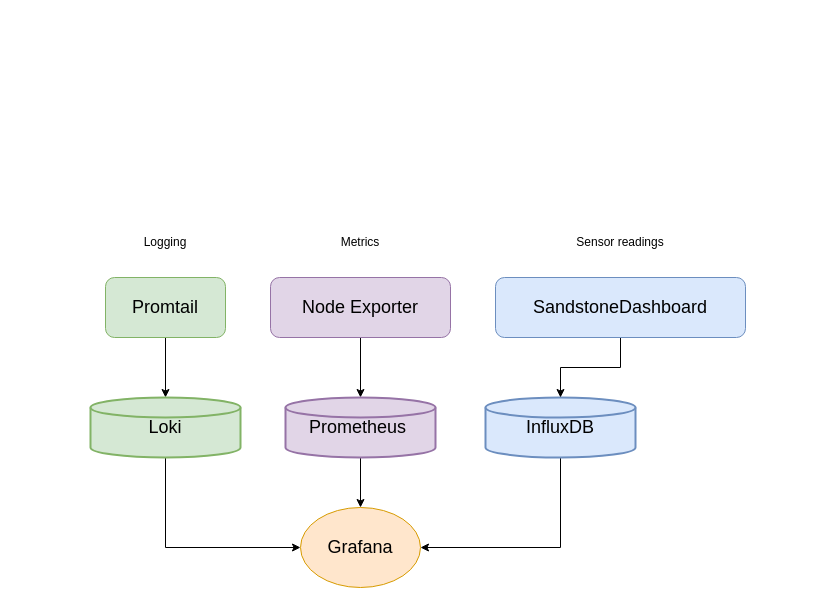
Earlier version of the draw.io diagram images_diagrams/monitoring_stack.drawio (vulture2600/SandstoneDashboard). Source tidied: cells renumbered, new cells numbered last; positions are measured from the earlier drawing's top-left corner, leaving out a move shared by most shapes. Both pictures are drawn from the tidied source at 100%, with x=0, y=0 at pixel (90, 227).
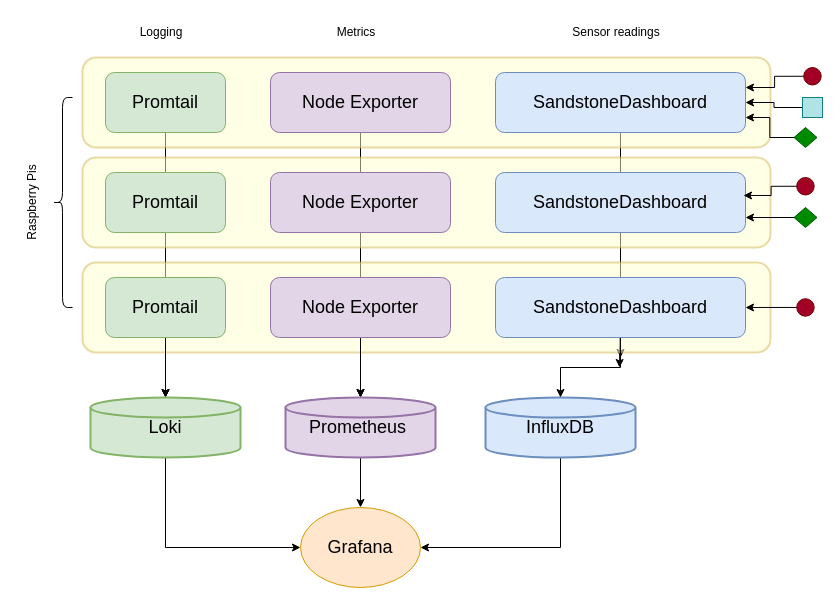
The same diagram, later.

Commit message (it also covers changes not shown here):
Update main README and monitoring stack diagram

Unchanged cells that the change refers to:
```xml
<mxCell id="12" value="&lt;font style=&quot;font-size: 18px;&quot;&gt;InfluxDB&lt;/font&gt;" style="strokeWidth=2;html=1;shape=mxgraph.flowchart.database;whiteSpace=wrap;fillColor=#dae8fc;strokeColor=#6c8ebf;" parent="1" vertex="1">
  <mxGeometry x="395" y="170" width="150" height="60" as="geometry" />
</mxCell>
<mxCell id="14" value="&lt;font style=&quot;font-size: 18px;&quot;&gt;SandstoneDashboard&lt;/font&gt;" style="rounded=1;whiteSpace=wrap;html=1;fillColor=#dae8fc;strokeColor=#6c8ebf;" parent="1" vertex="1">
  <mxGeometry x="405" y="50" width="250" height="60" as="geometry" />
</mxCell>
```

Change to the diagram source:
```diff
@@
+    <mxCell id="18" style="edgeStyle=orthogonalEdgeStyle;rounded=0;jettySize=auto;html=1;exitX=0.5;exitY=1;exitDx=0;exitDy=0;" parent="1" edge="1" source="33">
+      <mxGeometry relative="1" as="geometry">
+        <mxPoint x="530" y="130" as="targetPoint" />
+      </mxGeometry>
+    </mxCell>
+    <mxCell id="19" style="edgeStyle=orthogonalEdgeStyle;rounded=0;jettySize=auto;html=1;exitX=0.5;exitY=1;exitDx=0;exitDy=0;" parent="1" edge="1" source="28">
+      <mxGeometry relative="1" as="geometry">
+        <mxPoint x="529" y="140" as="targetPoint" />
+      </mxGeometry>
+    </mxCell>
+    <mxCell id="20" style="edgeStyle=orthogonalEdgeStyle;rounded=0;jettySize=auto;html=1;exitX=0.5;exitY=1;exitDx=0;exitDy=0;" parent="1" edge="1" source="32">
+      <mxGeometry relative="1" as="geometry">
+        <mxPoint x="270" y="170" as="targetPoint" />
+      </mxGeometry>
+    </mxCell>
+    <mxCell id="21" style="edgeStyle=orthogonalEdgeStyle;rounded=0;jettySize=auto;html=1;exitX=0.5;exitY=1;exitDx=0;exitDy=0;" parent="1" edge="1" source="27">
+      <mxGeometry relative="1" as="geometry">
+        <mxPoint x="270" y="170" as="targetPoint" />
+      </mxGeometry>
+    </mxCell>
+    <mxCell id="22" style="edgeStyle=orthogonalEdgeStyle;rounded=0;jettySize=auto;html=1;exitX=0.5;exitY=1;exitDx=0;exitDy=0;" parent="1" edge="1" source="26">
+      <mxGeometry relative="1" as="geometry">
+        <mxPoint x="75" y="170" as="targetPoint" />
+      </mxGeometry>
+    </mxCell>
+    <mxCell id="23" style="edgeStyle=orthogonalEdgeStyle;rounded=0;jettySize=auto;html=1;exitX=0.5;exitY=1;exitDx=0;exitDy=0;" parent="1" edge="1" source="31">
+      <mxGeometry relative="1" as="geometry">
+        <mxPoint x="75" y="170" as="targetPoint" />
+      </mxGeometry>
+    </mxCell>
+    <mxCell id="24" style="rounded=1;whiteSpace=wrap;html=1;strokeWidth=2;fillColor=#FDFFCC;strokeColor=#d6b656;opacity=50;" parent="1" vertex="1">
+      <mxGeometry x="-8" y="35" width="688" height="90" as="geometry" />
+    </mxCell>
@@
     <mxCell id="13" style="edgeStyle=orthogonalEdgeStyle;rounded=0;jettySize=auto;html=1;" parent="1" edge="1" source="14" target="12">
-      <mxGeometry relative="1" as="geometry" />
+      <mxGeometry relative="1" as="geometry">
+        <Array as="points">
+          <mxPoint x="530" y="140" />
+          <mxPoint x="470" y="140" />
+        </Array>
+      </mxGeometry>
     </mxCell>
@@
     <mxCell id="15" value="&lt;font style=&quot;font-size: 12px;&quot;&gt;Logging&lt;/font&gt;" style="text;html=1;align=center;verticalAlign=middle;whiteSpace=wrap;rounded=0;" parent="1" vertex="1">
-      <mxGeometry x="45" width="60" height="30" as="geometry" />
+      <mxGeometry x="41" y="-210" width="60" height="30" as="geometry" />
     </mxCell>
     <mxCell id="16" value="&lt;font style=&quot;font-size: 12px;&quot;&gt;Metrics&lt;/font&gt;" style="text;html=1;align=center;verticalAlign=middle;whiteSpace=wrap;rounded=0;" parent="1" vertex="1">
-      <mxGeometry x="240" width="60" height="30" as="geometry" />
+      <mxGeometry x="236" y="-210" width="60" height="30" as="geometry" />
     </mxCell>
     <mxCell id="17" value="&lt;font style=&quot;font-size: 12px;&quot;&gt;Sensor readings&lt;/font&gt;" style="text;html=1;align=center;verticalAlign=middle;whiteSpace=wrap;rounded=0;" parent="1" vertex="1">
-      <mxGeometry x="425" width="210" height="30" as="geometry" />
+      <mxGeometry x="421" y="-210" width="210" height="30" as="geometry" />
     </mxCell>
+    <mxCell id="25" style="rounded=1;whiteSpace=wrap;html=1;strokeWidth=2;fillColor=#FDFFCC;strokeColor=#d6b656;opacity=50;" parent="1" vertex="1">
+      <mxGeometry x="-8" y="-70" width="688" height="90" as="geometry" />
+    </mxCell>
+    <mxCell id="26" value="&lt;font style=&quot;font-size: 18px;&quot;&gt;Promtail&lt;/font&gt;" style="rounded=1;whiteSpace=wrap;html=1;fillColor=#d5e8d4;strokeColor=#82b366;" parent="1" vertex="1">
+      <mxGeometry x="15" y="-55" width="120" height="60" as="geometry" />
+    </mxCell>
+    <mxCell id="27" value="&lt;font style=&quot;font-size: 18px;&quot;&gt;Node Exporter&lt;/font&gt;" style="rounded=1;whiteSpace=wrap;html=1;fillColor=#e1d5e7;strokeColor=#9673a6;" parent="1" vertex="1">
+      <mxGeometry x="180" y="-55" width="180" height="60" as="geometry" />
+    </mxCell>
+    <mxCell id="28" value="&lt;font style=&quot;font-size: 18px;&quot;&gt;SandstoneDashboard&lt;/font&gt;" style="rounded=1;whiteSpace=wrap;html=1;fillColor=#dae8fc;strokeColor=#6c8ebf;" parent="1" vertex="1">
+      <mxGeometry x="405" y="-55" width="250" height="60" as="geometry" />
+    </mxCell>
+    <mxCell id="29" value="&lt;font style=&quot;font-size: 12px;&quot;&gt;Raspberry Pis&lt;/font&gt;" style="text;html=1;align=center;verticalAlign=middle;whiteSpace=wrap;rounded=0;rotation=270;" parent="1" vertex="1">
+      <mxGeometry x="-108" y="-40" width="100" height="30" as="geometry" />
+    </mxCell>
+    <mxCell id="30" style="rounded=1;whiteSpace=wrap;html=1;strokeWidth=2;fillColor=#FDFFCC;strokeColor=#d6b656;opacity=50;" parent="1" vertex="1">
+      <mxGeometry x="-8" y="-170" width="688" height="90" as="geometry" />
+    </mxCell>
+    <mxCell id="31" value="&lt;font style=&quot;font-size: 18px;&quot;&gt;Promtail&lt;/font&gt;" style="rounded=1;whiteSpace=wrap;html=1;fillColor=#d5e8d4;strokeColor=#82b366;" parent="1" vertex="1">
+      <mxGeometry x="15" y="-155" width="120" height="60" as="geometry" />
+    </mxCell>
+    <mxCell id="32" value="&lt;font style=&quot;font-size: 18px;&quot;&gt;Node Exporter&lt;/font&gt;" style="rounded=1;whiteSpace=wrap;html=1;fillColor=#e1d5e7;strokeColor=#9673a6;" parent="1" vertex="1">
+      <mxGeometry x="180" y="-155" width="180" height="60" as="geometry" />
+    </mxCell>
+    <mxCell id="33" value="&lt;font style=&quot;font-size: 18px;&quot;&gt;SandstoneDashboard&lt;/font&gt;" style="rounded=1;whiteSpace=wrap;html=1;fillColor=#dae8fc;strokeColor=#6c8ebf;" parent="1" vertex="1">
+      <mxGeometry x="405" y="-155" width="250" height="60" as="geometry" />
+    </mxCell>
+    <mxCell id="34" style="shape=curlyBracket;whiteSpace=wrap;html=1;rounded=1;labelPosition=left;verticalLabelPosition=middle;align=right;verticalAlign=middle;" parent="1" vertex="1">
+      <mxGeometry x="-38" y="-130" width="20" height="210" as="geometry" />
+    </mxCell>
+    <mxCell id="35" style="edgeStyle=orthogonalEdgeStyle;rounded=0;jettySize=auto;html=1;exitX=0;exitY=0.5;exitDx=0;exitDy=0;entryX=1;entryY=0.25;entryDx=0;entryDy=0;" parent="1" edge="1" source="36" target="33">
+      <mxGeometry relative="1" as="geometry" />
+    </mxCell>
+    <mxCell id="36" style="ellipse;whiteSpace=wrap;html=1;fillColor=#a20025;fontColor=#ffffff;strokeColor=#6F0000;" parent="1" vertex="1">
+      <mxGeometry x="713.2" y="-160" width="17.5" height="17.5" as="geometry" />
+    </mxCell>
+    <mxCell id="37" style="edgeStyle=orthogonalEdgeStyle;rounded=0;jettySize=auto;html=1;exitX=0;exitY=0.5;exitDx=0;exitDy=0;entryX=1;entryY=0.5;entryDx=0;entryDy=0;" parent="1" edge="1" source="38" target="33">
+      <mxGeometry relative="1" as="geometry" />
+    </mxCell>
+    <mxCell id="38" style="whiteSpace=wrap;html=1;fillColor=#b0e3e6;strokeColor=#0e8088;" parent="1" vertex="1">
+      <mxGeometry x="712" y="-130" width="20" height="20" as="geometry" />
+    </mxCell>
+    <mxCell id="39" style="edgeStyle=orthogonalEdgeStyle;rounded=0;jettySize=auto;html=1;exitX=0;exitY=0.5;exitDx=0;exitDy=0;entryX=1;entryY=0.75;entryDx=0;entryDy=0;" parent="1" edge="1" source="40" target="33">
+      <mxGeometry relative="1" as="geometry" />
+    </mxCell>
+    <mxCell id="40" style="rhombus;whiteSpace=wrap;html=1;fillColor=#008a00;fontColor=#ffffff;strokeColor=#005700;" parent="1" vertex="1">
+      <mxGeometry x="703.5" y="-100" width="23" height="20" as="geometry" />
+    </mxCell>
+    <mxCell id="41" style="ellipse;whiteSpace=wrap;html=1;fillColor=#a20025;fontColor=#ffffff;strokeColor=#6F0000;" parent="1" vertex="1">
+      <mxGeometry x="706.2" y="-50" width="17.5" height="17.5" as="geometry" />
+    </mxCell>
+    <mxCell id="42" style="edgeStyle=orthogonalEdgeStyle;rounded=0;jettySize=auto;html=1;exitX=0;exitY=0.5;exitDx=0;exitDy=0;entryX=1;entryY=0.5;entryDx=0;entryDy=0;" parent="1" edge="1" source="43" target="14">
+      <mxGeometry relative="1" as="geometry" />
+    </mxCell>
+    <mxCell id="43" style="ellipse;whiteSpace=wrap;html=1;fillColor=#a20025;fontColor=#ffffff;strokeColor=#6F0000;" parent="1" vertex="1">
+      <mxGeometry x="706.2" y="71.2" width="17.5" height="17.5" as="geometry" />
+    </mxCell>
+    <mxCell id="44" style="edgeStyle=orthogonalEdgeStyle;rounded=0;jettySize=auto;html=1;exitX=0;exitY=0.5;exitDx=0;exitDy=0;entryX=1;entryY=0.75;entryDx=0;entryDy=0;" parent="1" edge="1" source="45" target="28">
+      <mxGeometry relative="1" as="geometry" />
+    </mxCell>
+    <mxCell id="45" style="rhombus;whiteSpace=wrap;html=1;fillColor=#008a00;fontColor=#ffffff;strokeColor=#005700;" parent="1" vertex="1">
+      <mxGeometry x="703.5" y="-20" width="23" height="20" as="geometry" />
+    </mxCell>
+    <mxCell id="46" style="edgeStyle=orthogonalEdgeStyle;rounded=0;jettySize=auto;html=1;exitX=0;exitY=0.5;exitDx=0;exitDy=0;entryX=0.992;entryY=0.383;entryDx=0;entryDy=0;entryPerimeter=0;" parent="1" edge="1" source="41" target="28">
+      <mxGeometry relative="1" as="geometry" />
+    </mxCell>
```
